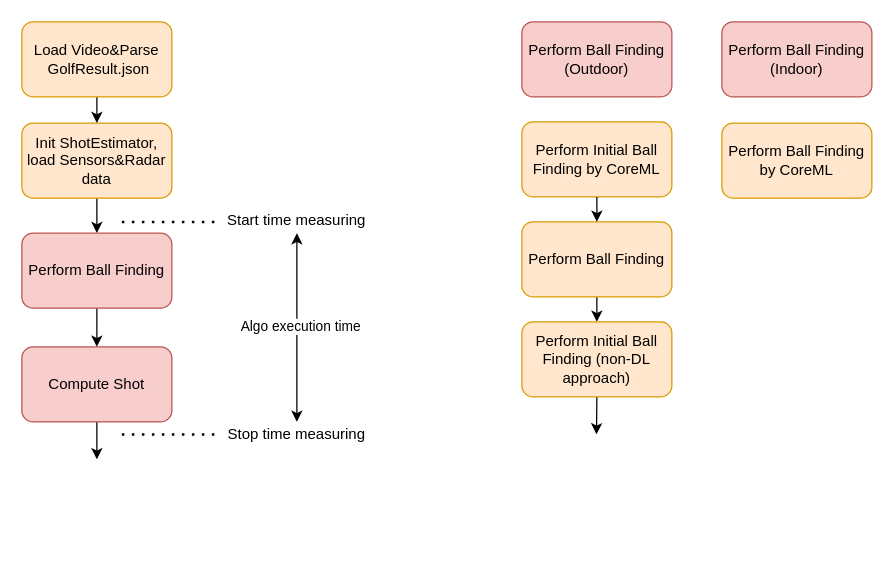
Before: MLM.drawio in Mike335207/work, a draw.io diagram. Source tidied: cells renumbered, new cells numbered last; positions are measured from the earlier drawing's top-left corner, leaving out a move shared by most shapes. Both pictures are drawn from the tidied source at 125%, with x=0, y=0 at pixel (21, 21).
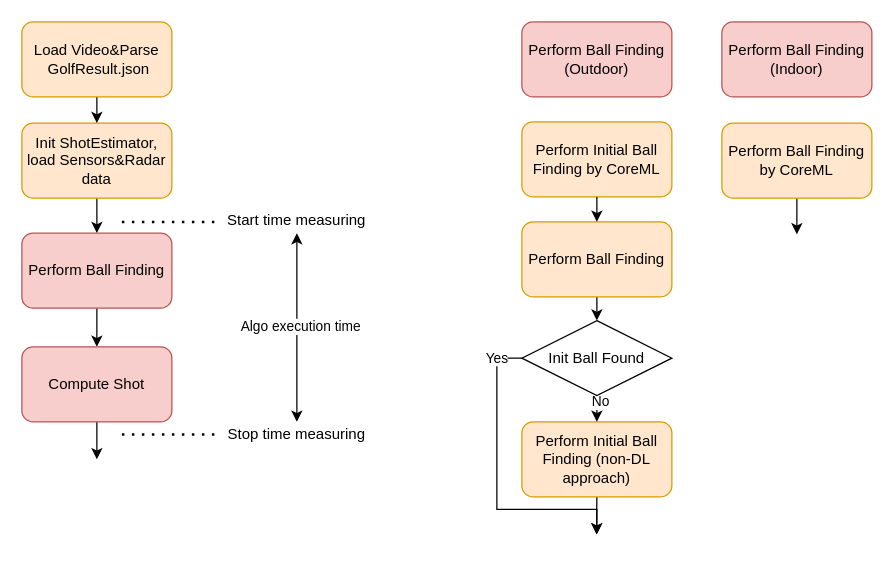
The same diagram, later.

The change refers to these unchanged cells:
```xml
<mxCell id="19" value="Perform Ball Finding" style="rounded=1;whiteSpace=wrap;html=1;fillColor=#ffe6cc;strokeColor=#d79b00;" parent="1" vertex="1">
  <mxGeometry x="400" y="160" width="120" height="60" as="geometry" />
</mxCell>
<mxCell id="24" value="Perform Ball Finding by CoreML" style="rounded=1;whiteSpace=wrap;html=1;fillColor=#ffe6cc;strokeColor=#d79b00;" parent="1" vertex="1">
  <mxGeometry x="560" y="81" width="120" height="60" as="geometry" />
</mxCell>
```

Diff of the diagram source:
```diff
@@
-    <mxCell id="18" style="edgeStyle=orthogonalEdgeStyle;rounded=0;jettySize=auto;html=1;exitX=0.5;exitY=1;exitDx=0;exitDy=0;entryX=0.5;entryY=0;entryDx=0;entryDy=0;" parent="1" edge="1" source="19" target="21">
-      <mxGeometry relative="1" as="geometry" />
-    </mxCell>
+    <mxCell id="25" style="edgeStyle=orthogonalEdgeStyle;rounded=0;jettySize=auto;html=1;exitX=0.5;exitY=1;exitDx=0;exitDy=0;entryX=0.5;entryY=0;entryDx=0;entryDy=0;" parent="1" edge="1" source="19" target="30">
+      <mxGeometry relative="1" as="geometry" />
+    </mxCell>
@@
     <mxCell id="20" style="edgeStyle=orthogonalEdgeStyle;rounded=0;jettySize=auto;html=1;exitX=0.5;exitY=1;exitDx=0;exitDy=0;" parent="1" edge="1" source="21">
       <mxGeometry relative="1" as="geometry">
-        <mxPoint x="459.7" y="330" as="targetPoint" />
+        <mxPoint x="459.7" y="410" as="targetPoint" />
       </mxGeometry>
     </mxCell>
     <mxCell id="21" value="Perform Initial Ball Finding (non-DL approach)" style="rounded=1;whiteSpace=wrap;html=1;fillColor=#ffe6cc;strokeColor=#d79b00;" parent="1" vertex="1">
-      <mxGeometry x="400" y="240" width="120" height="60" as="geometry" />
+      <mxGeometry x="400" y="320" width="120" height="60" as="geometry" />
     </mxCell>
@@
+    <mxCell id="26" style="edgeStyle=orthogonalEdgeStyle;rounded=0;jettySize=auto;html=1;exitX=0.5;exitY=1;exitDx=0;exitDy=0;" parent="1" edge="1" source="24">
+      <mxGeometry relative="1" as="geometry">
+        <mxPoint x="620" y="170" as="targetPoint" />
+      </mxGeometry>
+    </mxCell>
@@
+    <mxCell id="27" value="Yes" style="edgeStyle=orthogonalEdgeStyle;rounded=0;jettySize=auto;html=1;exitX=0;exitY=0.5;exitDx=0;exitDy=0;" parent="1" edge="1" source="30">
+      <mxGeometry x="-0.83" relative="1" as="geometry">
+        <mxPoint x="460" y="410" as="targetPoint" />
+        <Array as="points">
+          <mxPoint x="380" y="269" />
+          <mxPoint x="380" y="390" />
+          <mxPoint x="460" y="390" />
+        </Array>
+      </mxGeometry>
+    </mxCell>
+    <mxCell id="28" style="edgeStyle=orthogonalEdgeStyle;rounded=0;jettySize=auto;html=1;exitX=0.5;exitY=1;exitDx=0;exitDy=0;entryX=0.5;entryY=0;entryDx=0;entryDy=0;" parent="1" edge="1" source="30" target="21">
+      <mxGeometry relative="1" as="geometry" />
+    </mxCell>
+    <mxCell id="29" value="No" style="edgeLabel;html=1;align=center;verticalAlign=middle;" parent="28" vertex="1">
+      <mxGeometry x="-0.62" y="2" relative="1" as="geometry" />
+    </mxCell>
+    <mxCell id="30" value="Init Ball Found" style="rhombus;whiteSpace=wrap;html=1;" parent="1" vertex="1">
+      <mxGeometry x="400" y="239" width="120" height="60" as="geometry" />
+    </mxCell>
```
